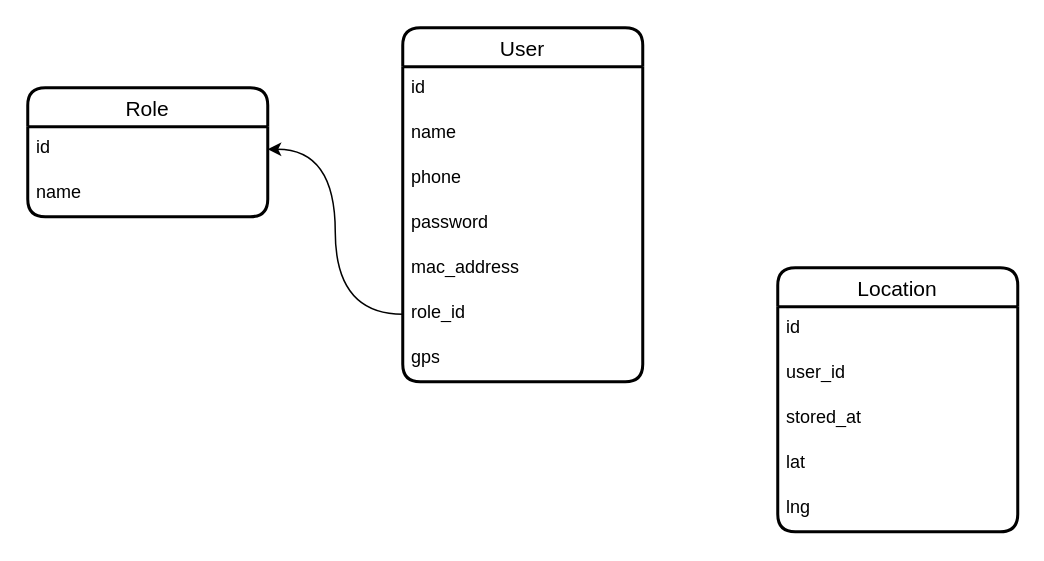
This is karsoft-location.drawio from iztileuoff/databases, a draw.io file, before an edit. Source tidied: cells renumbered, new cells numbered last; positions are measured from the earlier drawing's top-left corner, leaving out a move shared by most shapes. Both pictures are drawn from the tidied source at 150%, with x=0, y=0 at pixel (27, 27).
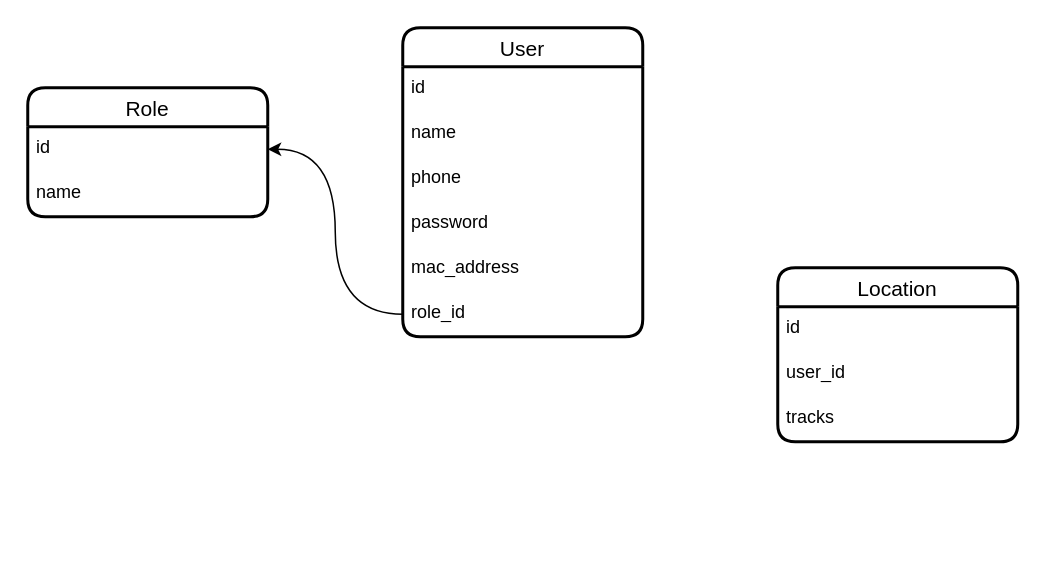
Above is the later version.

What changed in the source:
```diff
@@
 <mxGraphModel>
   <root>
     <mxCell id="0" />
     <mxCell id="1" parent="0" />
     <mxCell id="2" value="User" style="swimlane;fontStyle=0;horizontal=1;startSize=26;align=center;fontSize=14;strokeWidth=2;rounded=1;shadow=0;glass=0;swimlaneLine=1;" parent="1" vertex="1">
-      <mxGeometry x="250" width="160" height="236" as="geometry" />
+      <mxGeometry x="250" width="160" height="206" as="geometry" />
     </mxCell>
     <mxCell id="3" value="id" style="text;strokeColor=none;fillColor=none;spacingLeft=4;spacingRight=4;overflow=hidden;fontSize=12;whiteSpace=wrap;html=1;" parent="2" vertex="1">
       <mxGeometry y="26" width="160" height="30" as="geometry" />
     </mxCell>
     <mxCell id="4" value="name" style="text;strokeColor=none;fillColor=none;spacingLeft=4;spacingRight=4;overflow=hidden;fontSize=12;whiteSpace=wrap;html=1;" parent="2" vertex="1">
       <mxGeometry y="56" width="160" height="30" as="geometry" />
     </mxCell>
     <mxCell id="5" value="phone" style="text;strokeColor=none;fillColor=none;spacingLeft=4;spacingRight=4;overflow=hidden;fontSize=12;whiteSpace=wrap;html=1;" parent="2" vertex="1">
       <mxGeometry y="86" width="160" height="30" as="geometry" />
     </mxCell>
     <mxCell id="6" value="password" style="text;strokeColor=none;fillColor=none;spacingLeft=4;spacingRight=4;overflow=hidden;fontSize=12;whiteSpace=wrap;html=1;" parent="2" vertex="1">
       <mxGeometry y="116" width="160" height="30" as="geometry" />
     </mxCell>
     <mxCell id="7" value="mac_address" style="text;strokeColor=none;fillColor=none;spacingLeft=4;spacingRight=4;overflow=hidden;fontSize=12;whiteSpace=wrap;html=1;" parent="2" vertex="1">
       <mxGeometry y="146" width="160" height="30" as="geometry" />
     </mxCell>
     <mxCell id="8" value="role_id" style="text;strokeColor=none;fillColor=none;spacingLeft=4;spacingRight=4;overflow=hidden;points=[[0,0.5],[1,0.5]];portConstraint=eastwest;fontSize=12;whiteSpace=wrap;html=1;" parent="2" vertex="1">
       <mxGeometry y="176" width="160" height="30" as="geometry" />
     </mxCell>
-    <mxCell id="9" value="gps" style="text;strokeColor=none;fillColor=none;spacingLeft=4;spacingRight=4;overflow=hidden;fontSize=12;whiteSpace=wrap;html=1;" parent="2" vertex="1">
-      <mxGeometry y="206" width="160" height="30" as="geometry" />
-    </mxCell>
     <mxCell id="10" value="Role" style="swimlane;fontStyle=0;horizontal=1;startSize=26;align=center;fontSize=14;strokeWidth=2;rounded=1;shadow=0;glass=0;swimlaneLine=1;" parent="1" vertex="1">
       <mxGeometry y="40" width="160" height="86" as="geometry" />
     </mxCell>
     <mxCell id="11" value="id" style="text;strokeColor=none;fillColor=none;spacingLeft=4;spacingRight=4;overflow=hidden;points=[[0,0.5],[1,0.5]];portConstraint=eastwest;fontSize=12;whiteSpace=wrap;html=1;" parent="10" vertex="1">
       <mxGeometry y="26" width="160" height="30" as="geometry" />
     </mxCell>
     <mxCell id="12" value="name" style="text;strokeColor=none;fillColor=none;spacingLeft=4;spacingRight=4;overflow=hidden;fontSize=12;whiteSpace=wrap;html=1;" parent="10" vertex="1">
       <mxGeometry y="56" width="160" height="30" as="geometry" />
     </mxCell>
     <mxCell id="13" style="edgeStyle=orthogonalEdgeStyle;rounded=0;jettySize=auto;html=1;entryX=1;entryY=0.5;entryDx=0;entryDy=0;curved=1;" parent="1" edge="1" source="8" target="11">
       <mxGeometry relative="1" as="geometry" />
     </mxCell>
     <mxCell id="14" value="Location" style="swimlane;fontStyle=0;horizontal=1;startSize=26;align=center;fontSize=14;strokeWidth=2;rounded=1;shadow=0;glass=0;swimlaneLine=1;" parent="1" vertex="1">
-      <mxGeometry x="500" y="160" width="160" height="176" as="geometry" />
+      <mxGeometry x="500" y="160" width="160" height="116" as="geometry" />
     </mxCell>
     <mxCell id="15" value="id" style="text;strokeColor=none;fillColor=none;spacingLeft=4;spacingRight=4;overflow=hidden;fontSize=12;whiteSpace=wrap;html=1;" parent="14" vertex="1">
       <mxGeometry y="26" width="160" height="30" as="geometry" />
     </mxCell>
     <mxCell id="16" value="user_id" style="text;strokeColor=none;fillColor=none;spacingLeft=4;spacingRight=4;overflow=hidden;fontSize=12;whiteSpace=wrap;html=1;" parent="14" vertex="1">
       <mxGeometry y="56" width="160" height="30" as="geometry" />
     </mxCell>
-    <mxCell id="17" value="stored_at" style="text;strokeColor=none;fillColor=none;spacingLeft=4;spacingRight=4;overflow=hidden;fontSize=12;whiteSpace=wrap;html=1;" parent="14" vertex="1">
+    <mxCell id="17" value="tracks" style="text;strokeColor=none;fillColor=none;spacingLeft=4;spacingRight=4;overflow=hidden;fontSize=12;whiteSpace=wrap;html=1;" parent="14" vertex="1">
       <mxGeometry y="86" width="160" height="30" as="geometry" />
     </mxCell>
-    <mxCell id="18" value="lat" style="text;strokeColor=none;fillColor=none;spacingLeft=4;spacingRight=4;overflow=hidden;fontSize=12;whiteSpace=wrap;html=1;" parent="14" vertex="1">
-      <mxGeometry y="116" width="160" height="30" as="geometry" />
-    </mxCell>
-    <mxCell id="19" value="lng" style="text;strokeColor=none;fillColor=none;spacingLeft=4;spacingRight=4;overflow=hidden;fontSize=12;whiteSpace=wrap;html=1;" parent="14" vertex="1">
-      <mxGeometry y="146" width="160" height="30" as="geometry" />
-    </mxCell>
   </root>
 </mxGraphModel>
```
